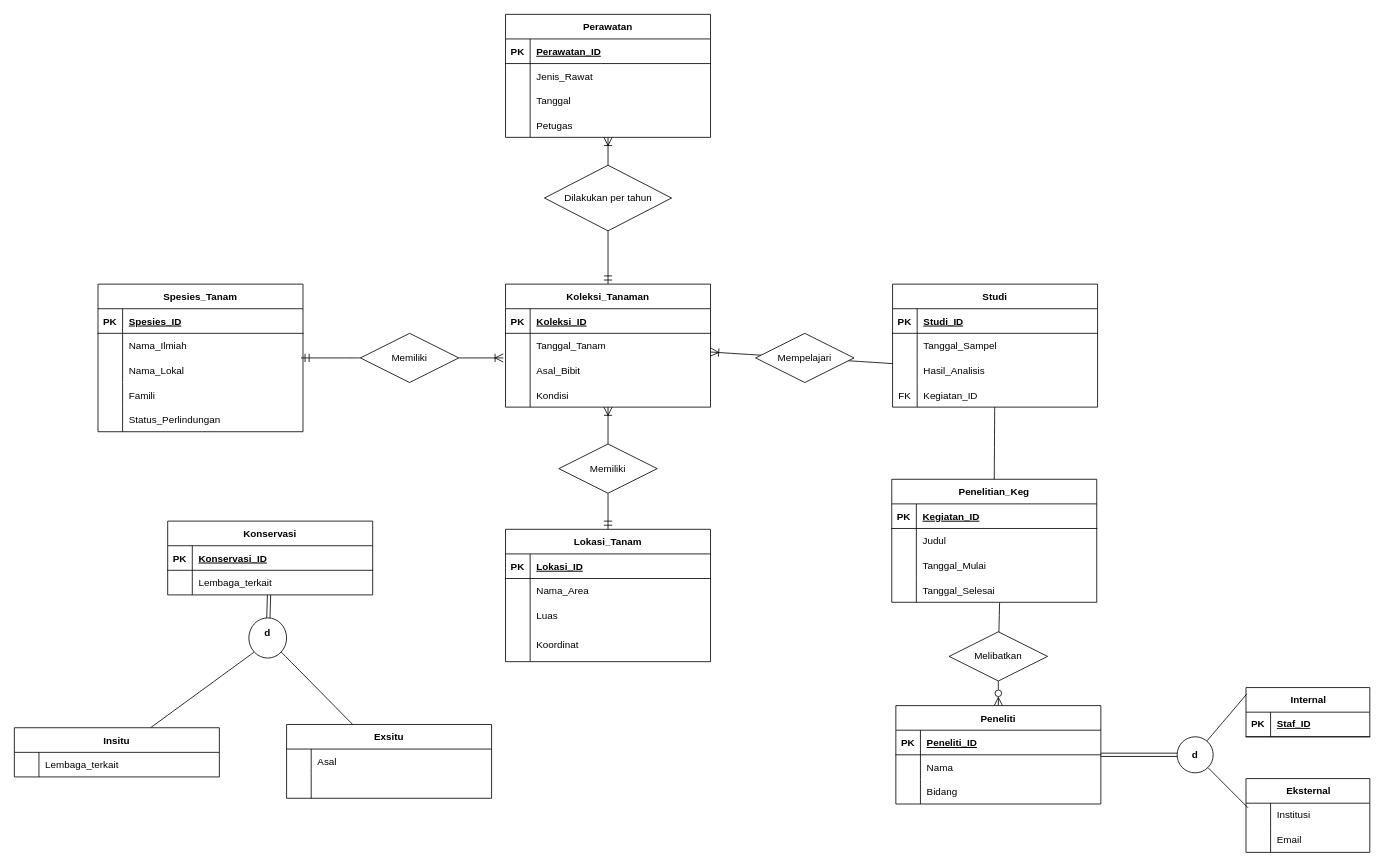
Before: Kebun_Raya.drawio in Mangata-Alpha/datasets, a draw.io diagram. Source tidied: cells renumbered, new cells numbered last; positions are measured from the earlier drawing's top-left corner, leaving out a move shared by most shapes. Both pictures are drawn from the tidied source at 82%, with x=0, y=0 at pixel (14, 14).
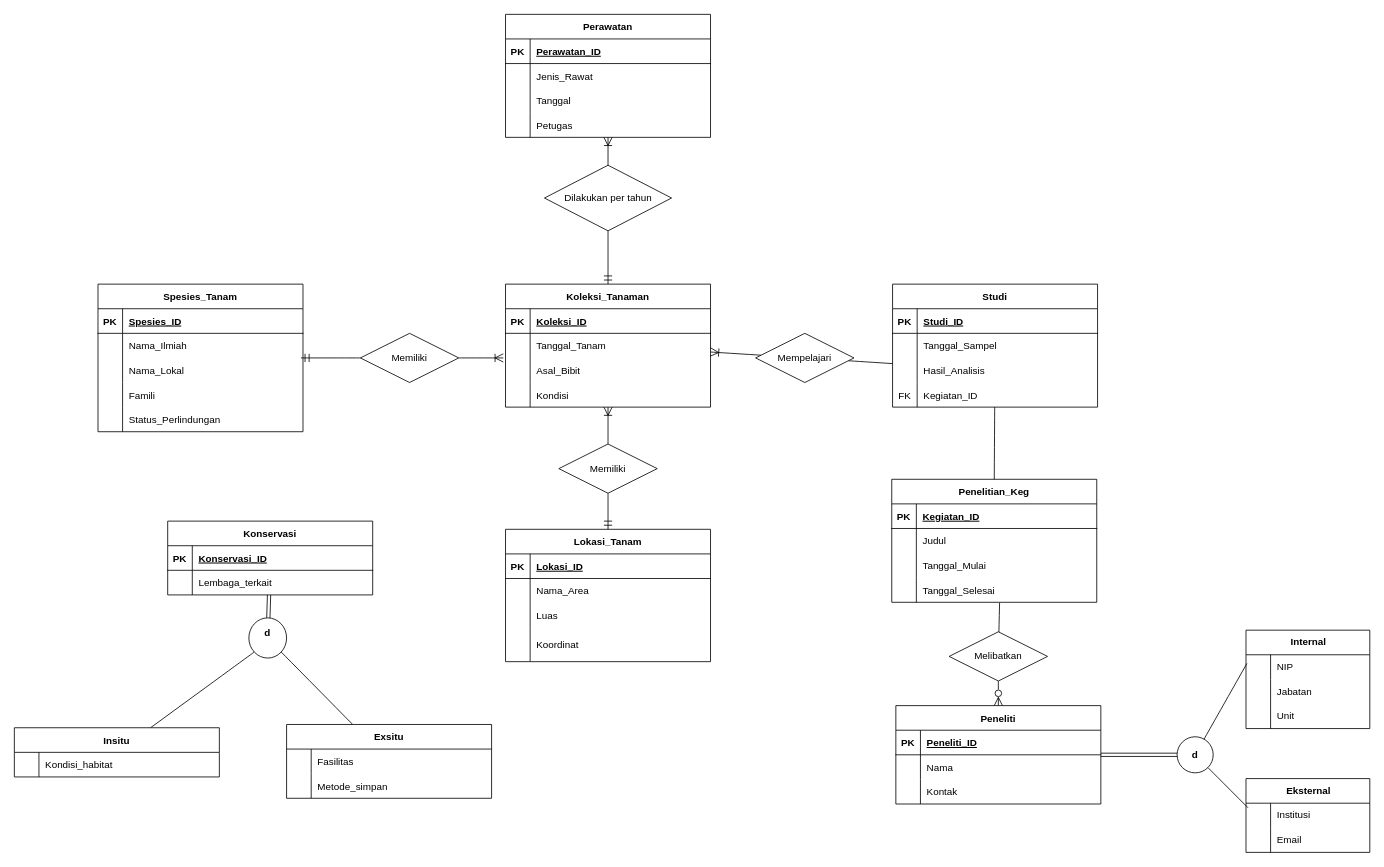
Above is the later version.

The change refers to these unchanged cells:
```xml
<mxCell id="52" style="shape=partialRectangle;fillColor=none;top=0;left=0;right=0;bottom=0;" parent="45" vertex="1">
  <mxGeometry y="90" width="250" height="30" as="geometry" />
</mxCell>
<mxCell id="120" value="d" style="ellipse;whiteSpace=wrap;html=1;shapeInside=1;startSize=30;fontStyle=1;" parent="1" vertex="1">
  <mxGeometry x="1418" y="881" width="44" height="44" as="geometry" />
</mxCell>
<mxCell id="136" style="shape=partialRectangle;fillColor=none;top=0;left=0;right=0;bottom=0;" parent="135" vertex="1">
  <mxGeometry y="30" width="250" height="30" as="geometry" />
</mxCell>
<mxCell id="140" style="shape=partialRectangle;fillColor=none;top=0;left=0;right=0;bottom=0;" parent="139" vertex="1">
  <mxGeometry y="30" width="250" height="30" as="geometry" />
</mxCell>
<mxCell id="143" style="shape=partialRectangle;fillColor=none;top=0;left=0;right=0;bottom=0;" parent="139" vertex="1">
  <mxGeometry y="60" width="250" height="30" as="geometry" />
</mxCell>
```

Change to the diagram source:
```diff
@@
-<mxGraphModel>
+<mxGraphModel background="light-dark(#FFFFFF,#121212)">
@@
-    <mxCell id="54" value="Bidang" style="shape=partialRectangle;overflow=hidden;fillColor=none;top=0;left=0;bottom=0;right=0;align=left;spacingLeft=6;" parent="52" vertex="1">
+    <mxCell id="54" value="Kontak" style="shape=partialRectangle;overflow=hidden;fillColor=none;top=0;left=0;bottom=0;right=0;align=left;spacingLeft=6;" parent="52" vertex="1">
       <mxGeometry x="30" width="220" height="30" as="geometry" />
     </mxCell>
@@
-    <mxCell id="121" value="Internal" style="shape=table;startSize=30;childLayout=tableLayout;rowLines=0;fontStyle=1;align=center;html=1;" parent="1" vertex="1">
-      <mxGeometry x="1502" y="821" width="151" height="60" as="geometry" />
-    </mxCell>
-    <mxCell id="122" style="shape=tableRow;horizontal=0;startSize=0;swimlaneHead=0;swimlaneBody=0;fillColor=none;top=0;left=0;right=0;bottom=1;" parent="121" vertex="1">
-      <mxGeometry y="30" width="151" height="30" as="geometry" />
-    </mxCell>
-    <mxCell id="123" value="PK" style="shape=partialRectangle;fillColor=none;top=0;left=0;bottom=0;right=0;fontStyle=1;overflow=hidden;whiteSpace=wrap;html=1;" parent="122" vertex="1">
-      <mxGeometry width="30" height="30" as="geometry" />
-    </mxCell>
-    <mxCell id="124" value="Staf_ID" style="shape=partialRectangle;fillColor=none;top=0;left=0;bottom=0;right=0;align=left;spacingLeft=6;fontStyle=5;overflow=hidden;whiteSpace=wrap;html=1;" parent="122" vertex="1">
-      <mxGeometry x="30" width="121" height="30" as="geometry" />
-    </mxCell>
@@
-    <mxCell id="133" style="edgeStyle=none;curved=1;rounded=0;jettySize=auto;html=1;entryX=0.007;entryY=0.129;entryDx=0;entryDy=0;entryPerimeter=0;fontFamily=Helvetica;fontSize=12;fontColor=#393C56;fontStyle=1;labelBackgroundColor=none;startSize=8;endSize=8;endArrow=none;endFill=0;" parent="1" edge="1" source="120" target="121">
-      <mxGeometry relative="1" as="geometry" />
+    <mxCell id="133" style="edgeStyle=none;curved=1;rounded=0;jettySize=auto;html=1;entryX=0.007;entryY=0.129;entryDx=0;entryDy=0;entryPerimeter=0;fontFamily=Helvetica;fontSize=12;fontColor=#393C56;fontStyle=1;labelBackgroundColor=none;startSize=8;endSize=8;endArrow=none;endFill=0;" parent="1" edge="1" source="120">
+      <mxGeometry relative="1" as="geometry">
+        <mxPoint x="1503.1" y="791.6" as="targetPoint" />
+      </mxGeometry>
     </mxCell>
@@
-    <mxCell id="138" value="Lembaga_terkait" style="shape=partialRectangle;overflow=hidden;fillColor=none;top=0;left=0;bottom=0;right=0;align=left;spacingLeft=6;" parent="136" vertex="1">
+    <mxCell id="138" value="Kondisi_habitat" style="shape=partialRectangle;overflow=hidden;fillColor=none;top=0;left=0;bottom=0;right=0;align=left;spacingLeft=6;" parent="136" vertex="1">
       <mxGeometry x="30" width="220" height="30" as="geometry" />
     </mxCell>
@@
-    <mxCell id="142" value="Asal" style="shape=partialRectangle;overflow=hidden;fillColor=none;top=0;left=0;bottom=0;right=0;align=left;spacingLeft=6;" parent="140" vertex="1">
+    <mxCell id="142" value="Fasilitas" style="shape=partialRectangle;overflow=hidden;fillColor=none;top=0;left=0;bottom=0;right=0;align=left;spacingLeft=6;" parent="140" vertex="1">
       <mxGeometry x="30" width="220" height="30" as="geometry" />
     </mxCell>
@@
-    <mxCell id="145" style="shape=partialRectangle;overflow=hidden;fillColor=none;top=0;left=0;bottom=0;right=0;align=left;spacingLeft=6;" parent="143" vertex="1">
+    <mxCell id="145" value="Metode_simpan" style="shape=partialRectangle;overflow=hidden;fillColor=none;top=0;left=0;bottom=0;right=0;align=left;spacingLeft=6;" parent="143" vertex="1">
       <mxGeometry x="30" width="220" height="30" as="geometry" />
     </mxCell>
@@
+    <mxCell id="121" value="Internal" style="shape=table;startSize=30;childLayout=tableLayout;rowLines=0;fontStyle=1;align=center;html=1;" parent="1" vertex="1">
+      <mxGeometry x="1502" y="751" width="151" height="120" as="geometry" />
+    </mxCell>
+    <mxCell id="147" style="shape=tableRow;horizontal=0;startSize=0;swimlaneHead=0;swimlaneBody=0;fillColor=none;top=0;left=0;right=0;bottom=0;" parent="121" vertex="1">
+      <mxGeometry y="30" width="151" height="30" as="geometry" />
+    </mxCell>
+    <mxCell id="148" style="shape=partialRectangle;fillColor=none;top=0;left=0;bottom=0;right=0;overflow=hidden;whiteSpace=wrap;html=1;" parent="147" vertex="1">
+      <mxGeometry width="30" height="30" as="geometry" />
+    </mxCell>
+    <mxCell id="149" value="NIP" style="shape=partialRectangle;fillColor=none;top=0;left=0;bottom=0;right=0;align=left;spacingLeft=6;overflow=hidden;whiteSpace=wrap;html=1;" parent="147" vertex="1">
+      <mxGeometry x="30" width="121" height="30" as="geometry" />
+    </mxCell>
+    <mxCell id="150" style="shape=tableRow;horizontal=0;startSize=0;swimlaneHead=0;swimlaneBody=0;fillColor=none;top=0;left=0;right=0;bottom=0;" parent="121" vertex="1">
+      <mxGeometry y="60" width="151" height="30" as="geometry" />
+    </mxCell>
+    <mxCell id="151" style="shape=partialRectangle;fillColor=none;top=0;left=0;bottom=0;right=0;overflow=hidden;whiteSpace=wrap;html=1;" parent="150" vertex="1">
+      <mxGeometry width="30" height="30" as="geometry" />
+    </mxCell>
+    <mxCell id="152" value="Jabatan" style="shape=partialRectangle;fillColor=none;top=0;left=0;bottom=0;right=0;align=left;spacingLeft=6;overflow=hidden;whiteSpace=wrap;html=1;" parent="150" vertex="1">
+      <mxGeometry x="30" width="121" height="30" as="geometry" />
+    </mxCell>
+    <mxCell id="153" style="shape=tableRow;horizontal=0;startSize=0;swimlaneHead=0;swimlaneBody=0;fillColor=none;top=0;left=0;right=0;bottom=0;" parent="121" vertex="1">
+      <mxGeometry y="90" width="151" height="30" as="geometry" />
+    </mxCell>
+    <mxCell id="154" style="shape=partialRectangle;fillColor=none;top=0;left=0;bottom=0;right=0;overflow=hidden;whiteSpace=wrap;html=1;" parent="153" vertex="1">
+      <mxGeometry width="30" height="30" as="geometry" />
+    </mxCell>
+    <mxCell id="155" value="Unit" style="shape=partialRectangle;fillColor=none;top=0;left=0;bottom=0;right=0;align=left;spacingLeft=6;overflow=hidden;whiteSpace=wrap;html=1;" parent="153" vertex="1">
+      <mxGeometry x="30" width="121" height="30" as="geometry" />
+    </mxCell>
```
